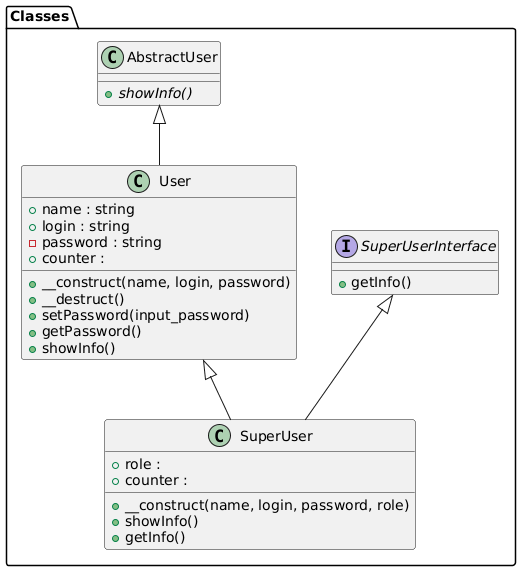
Earlier version of the PlantUML export lab1/lab1.png (fm220623/web4kurs).
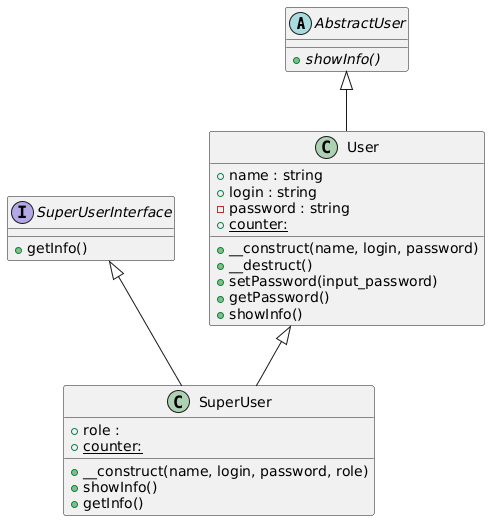
After the commit.

Change to the diagram source:
```diff
@@ -1,31 +1,35 @@
 @startuml
-package Classes as Classes {
-    class "AbstractUser" as Classes_AbstractUser {
-      {abstract} +showInfo()
-    }
-    class "SuperUser" as Classes_SuperUser {
-      +role :
-      +counter :
-      +__construct(name, login, password, role)
-      +showInfo()
-      +getInfo()
-    }
-    interface "SuperUserInterface" as Classes_SuperUserInterface {
-      +getInfo()
-    }
-    class "User" as Classes_User {
-      +name : string
-      +login : string
-      -password : string
-      +counter :
-      +__construct(name, login, password)
-      +__destruct()
-      +setPassword(input_password)
-      +getPassword()
-      +showInfo()
-    }
-  }
-  Classes_AbstractUser <|-- Classes_User
-  Classes_SuperUserInterface <|-- Classes_SuperUser
-  Classes_User <|-- Classes_SuperUser
+abstract class AbstractUser {
+    {abstract} +showInfo()
+}
+
+interface SuperUserInterface {
+    +getInfo()
+}
+
+class User {
+    + name : string
+    + login : string
+    -password : string
+    {static} +counter:
+
+    +__construct(name, login, password)
+    +__destruct()
+    +setPassword(input_password)
+    +getPassword()
+    +showInfo()
+}
+
+class SuperUser {
+    + role :
+    {static} + counter:
+
+    +__construct(name, login, password, role)
+    +showInfo()
+    +getInfo()
+}
+
+SuperUser -up-|> SuperUserInterface
+AbstractUser <|-- User
+User <|-- SuperUser
 @enduml
```
